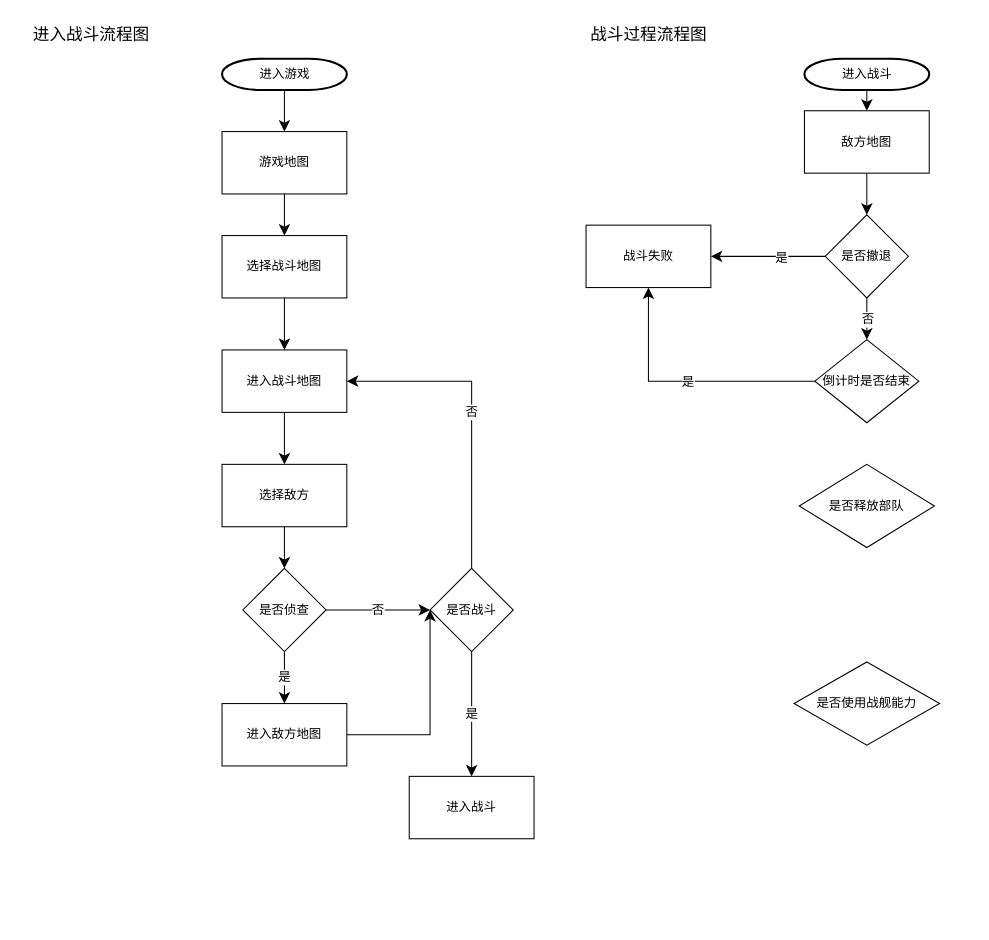
This is 流程图.drawio from MY-EDOG/MyRepository, a draw.io file, before an edit. Source tidied: cells renumbered, new cells numbered last; positions are measured from the earlier drawing's top-left corner, leaving out a move shared by most shapes. Both pictures are drawn from the tidied source at 104%, with x=0, y=0 at pixel (18, 18).
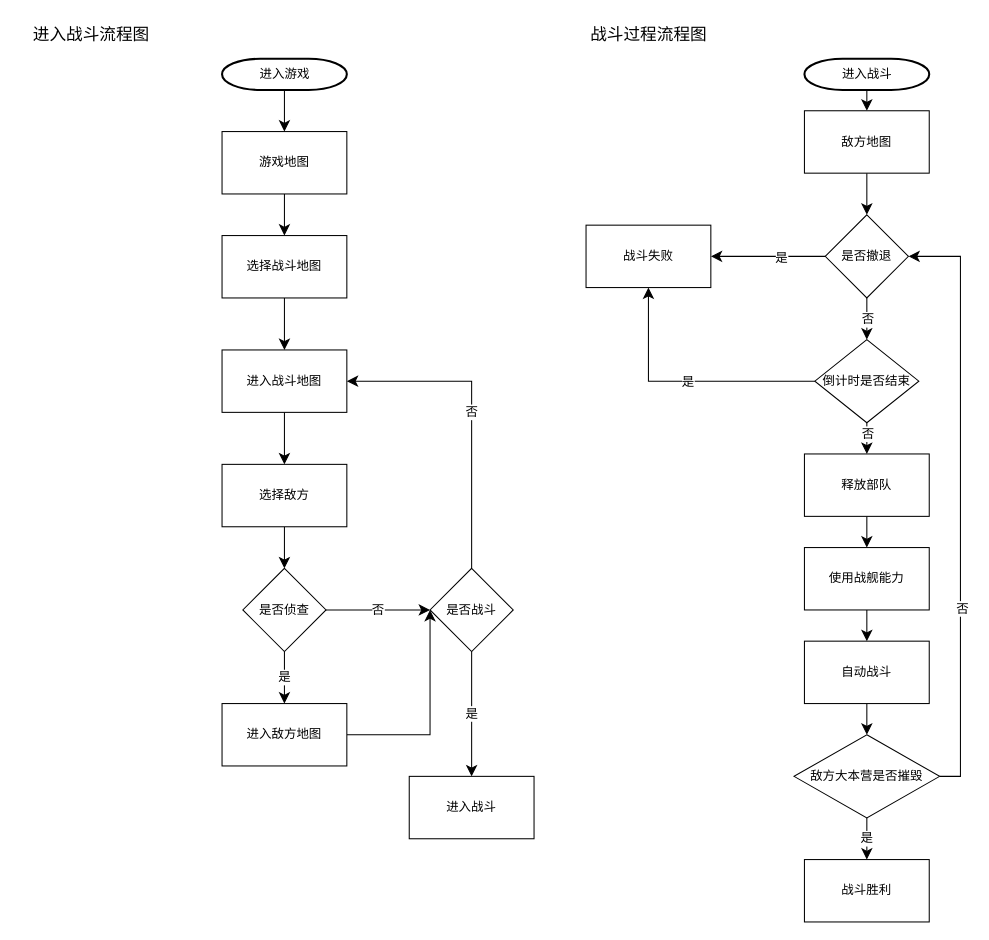
After the change.

Commit message:
更新流程图.drawio

The change refers to these unchanged cells:
```xml
<mxCell id="31" value="倒计时是否结束" style="rhombus;whiteSpace=wrap;html=1;" parent="1" vertex="1">
  <mxGeometry x="766" y="309" width="100" height="80" as="geometry" />
</mxCell>
<mxCell id="37" value="是否撤退" style="rhombus;whiteSpace=wrap;html=1;" parent="1" vertex="1">
  <mxGeometry x="776" y="189" width="80" height="80" as="geometry" />
</mxCell>
```

The edit, as a diff of the source:
```diff
@@
-    <mxCell id="27" value="是否释放部队" style="rhombus;whiteSpace=wrap;html=1;" parent="1" vertex="1">
-      <mxGeometry x="751" y="429" width="130" height="80" as="geometry" />
-    </mxCell>
-    <mxCell id="28" value="是否使用战舰能力" style="rhombus;whiteSpace=wrap;html=1;" parent="1" vertex="1">
-      <mxGeometry x="746" y="619" width="140" height="80" as="geometry" />
-    </mxCell>
@@
+    <mxCell id="38" style="edgeStyle=none;curved=1;rounded=0;jettySize=auto;html=1;entryX=0.5;entryY=0;entryDx=0;entryDy=0;fontSize=12;startSize=8;endSize=8;" parent="1" edge="1" source="31" target="41">
+      <mxGeometry relative="1" as="geometry" />
+    </mxCell>
+    <mxCell id="39" value="否" style="edgeLabel;html=1;align=center;verticalAlign=middle;fontSize=12;" parent="38" vertex="1">
+      <mxGeometry x="-0.32" relative="1" as="geometry" />
+    </mxCell>
@@
+    <mxCell id="40" style="edgeStyle=none;curved=1;rounded=0;jettySize=auto;html=1;entryX=0.5;entryY=0;entryDx=0;entryDy=0;fontSize=12;startSize=8;endSize=8;" parent="1" edge="1" source="41" target="43">
+      <mxGeometry relative="1" as="geometry" />
+    </mxCell>
+    <mxCell id="41" value="释放部队" style="whiteSpace=wrap;html=1;" parent="1" vertex="1">
+      <mxGeometry x="756" y="419" width="120" height="60" as="geometry" />
+    </mxCell>
+    <mxCell id="42" style="edgeStyle=none;curved=1;rounded=0;jettySize=auto;html=1;entryX=0.5;entryY=0;entryDx=0;entryDy=0;fontSize=12;startSize=8;endSize=8;" parent="1" edge="1" source="43" target="45">
+      <mxGeometry relative="1" as="geometry" />
+    </mxCell>
+    <mxCell id="43" value="使用战舰能力" style="whiteSpace=wrap;html=1;" parent="1" vertex="1">
+      <mxGeometry x="756" y="509" width="120" height="60" as="geometry" />
+    </mxCell>
+    <mxCell id="44" style="edgeStyle=none;curved=1;rounded=0;jettySize=auto;html=1;fontSize=12;startSize=8;endSize=8;" parent="1" edge="1" source="45" target="49">
+      <mxGeometry relative="1" as="geometry" />
+    </mxCell>
+    <mxCell id="45" value="自动战斗" style="whiteSpace=wrap;html=1;" parent="1" vertex="1">
+      <mxGeometry x="756" y="599" width="120" height="60" as="geometry" />
+    </mxCell>
+    <mxCell id="46" style="edgeStyle=orthogonalEdgeStyle;rounded=0;jettySize=auto;html=1;entryX=1;entryY=0.5;entryDx=0;entryDy=0;fontSize=12;startSize=8;endSize=8;exitX=1;exitY=0.5;exitDx=0;exitDy=0;" parent="1" edge="1" source="49" target="37">
+      <mxGeometry relative="1" as="geometry" />
+    </mxCell>
+    <mxCell id="47" value="否" style="edgeLabel;html=1;align=center;verticalAlign=middle;fontSize=12;" parent="46" vertex="1">
+      <mxGeometry x="-0.36" y="-1" relative="1" as="geometry" />
+    </mxCell>
+    <mxCell id="48" value="是" style="edgeStyle=none;curved=1;rounded=0;jettySize=auto;html=1;fontSize=12;startSize=8;endSize=8;" parent="1" edge="1" source="49" target="50">
+      <mxGeometry relative="1" as="geometry" />
+    </mxCell>
+    <mxCell id="49" value="敌方大本营是否摧毁" style="rhombus;whiteSpace=wrap;html=1;" parent="1" vertex="1">
+      <mxGeometry x="746" y="689" width="140" height="80" as="geometry" />
+    </mxCell>
+    <mxCell id="50" value="战斗胜利" style="whiteSpace=wrap;html=1;" parent="1" vertex="1">
+      <mxGeometry x="756" y="809" width="120" height="60" as="geometry" />
+    </mxCell>
```
